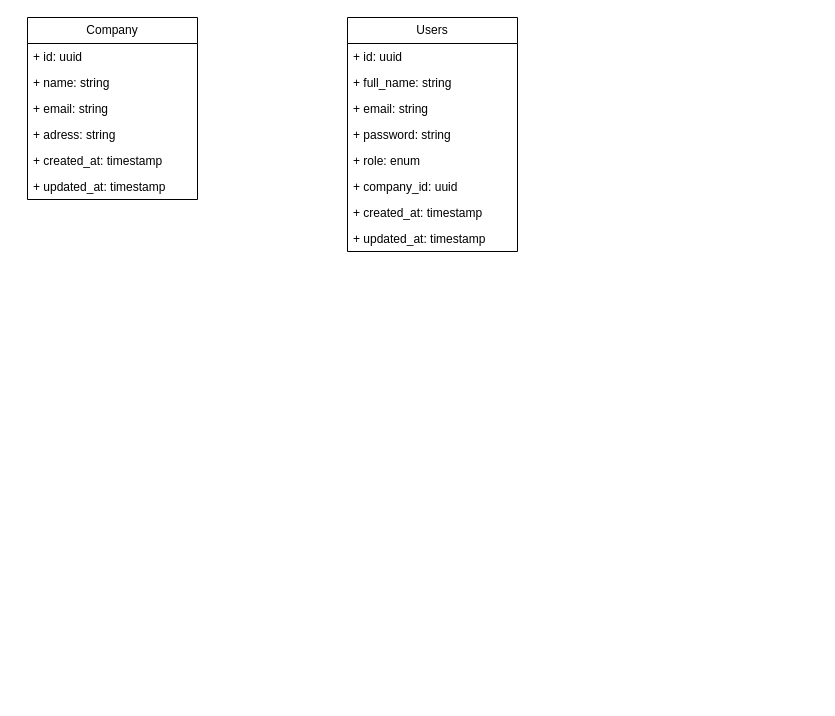
Before: carpooling_management_application/carpooling_management_application.drawio in adoumasseo/UML-Modeling, a draw.io diagram. Source tidied: cells renumbered, new cells numbered last; positions are measured from the earlier drawing's top-left corner, leaving out a move shared by most shapes. Both pictures are drawn from the tidied source at 100%, with x=0, y=0 at pixel (27, 17).
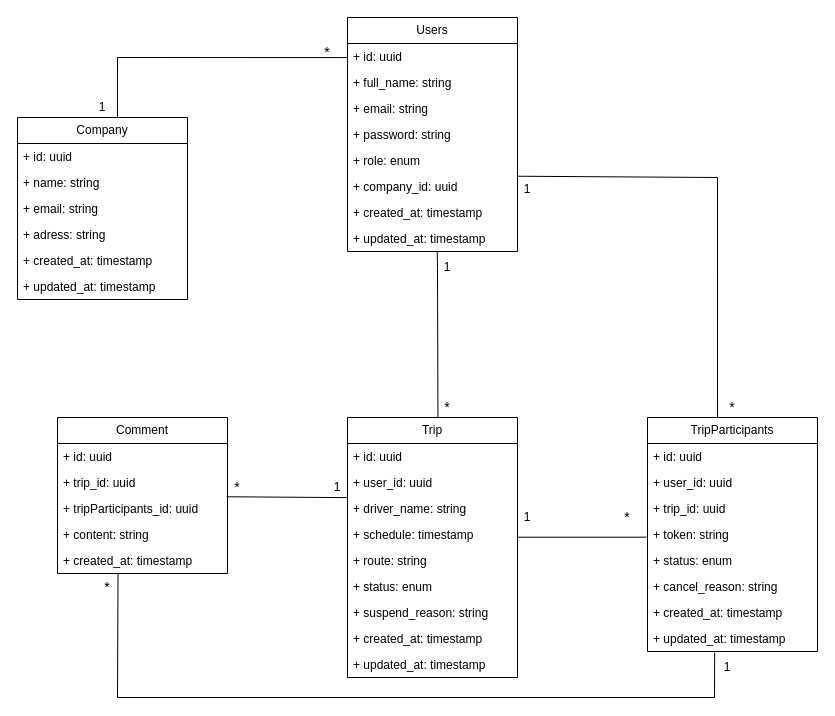
After the change.

Commit message:
Mettre à jour carpooling_management_application.drawio

Unchanged cells that the change refers to:
```xml
<mxCell id="10" value="+ id: uuid" style="text;strokeColor=none;fillColor=none;align=left;verticalAlign=top;spacingLeft=4;spacingRight=4;overflow=hidden;points=[[0,0.5],[1,0.5]];portConstraint=eastwest;whiteSpace=wrap;html=1;" parent="9" vertex="1">
  <mxGeometry y="26" width="170" height="26" as="geometry" />
</mxCell>
<mxCell id="15" value="+&amp;nbsp;company_id: uuid" style="text;strokeColor=none;fillColor=none;align=left;verticalAlign=top;spacingLeft=4;spacingRight=4;overflow=hidden;points=[[0,0.5],[1,0.5]];portConstraint=eastwest;whiteSpace=wrap;html=1;" parent="9" vertex="1">
  <mxGeometry y="156" width="170" height="26" as="geometry" />
</mxCell>
<mxCell id="17" value="+ updated_at: timestamp" style="text;strokeColor=none;fillColor=none;align=left;verticalAlign=top;spacingLeft=4;spacingRight=4;overflow=hidden;points=[[0,0.5],[1,0.5]];portConstraint=eastwest;whiteSpace=wrap;html=1;" parent="9" vertex="1">
  <mxGeometry y="208" width="170" height="26" as="geometry" />
</mxCell>
```

Change to the diagram source:
```diff
@@
     <mxCell id="2" value="Company" style="swimlane;fontStyle=0;horizontal=1;startSize=26;fillColor=none;whiteSpace=wrap;html=1;" parent="1" vertex="1">
-      <mxGeometry width="170" height="182" as="geometry" />
+      <mxGeometry x="-10" y="100" width="170" height="182" as="geometry" />
     </mxCell>
@@
+    <mxCell id="18" style="endArrow=none;html=1;rounded=0;entryX=0;entryY=0.542;entryDx=0;entryDy=0;exitX=0.588;exitY=0;exitDx=0;exitDy=0;exitPerimeter=0;entryPerimeter=0;" parent="1" edge="1" source="2" target="10">
+      <mxGeometry relative="1" as="geometry">
+        <Array as="points">
+          <mxPoint x="90" y="40" />
+        </Array>
+      </mxGeometry>
+    </mxCell>
+    <mxCell id="19" value="&lt;font style=&quot;font-size: 14px;&quot;&gt;*&lt;/font&gt;" style="text;html=1;align=center;verticalAlign=middle;whiteSpace=wrap;rounded=0;" parent="1" vertex="1">
+      <mxGeometry x="290" y="30" width="20" height="10" as="geometry" />
+    </mxCell>
+    <mxCell id="20" value="1" style="text;html=1;align=center;verticalAlign=middle;whiteSpace=wrap;rounded=0;" parent="1" vertex="1">
+      <mxGeometry x="65" y="80" width="20" height="20" as="geometry" />
+    </mxCell>
+    <mxCell id="21" value="Trip" style="swimlane;fontStyle=0;horizontal=1;startSize=26;fillColor=none;whiteSpace=wrap;html=1;" parent="1" vertex="1">
+      <mxGeometry x="320" y="400" width="170" height="260" as="geometry" />
+    </mxCell>
+    <mxCell id="22" value="+ id: uuid" style="text;strokeColor=none;fillColor=none;align=left;verticalAlign=top;spacingLeft=4;spacingRight=4;overflow=hidden;whiteSpace=wrap;html=1;" parent="21" vertex="1">
+      <mxGeometry y="26" width="170" height="26" as="geometry" />
+    </mxCell>
+    <mxCell id="23" value="+ user_id: uuid" style="text;strokeColor=none;fillColor=none;align=left;verticalAlign=top;spacingLeft=4;spacingRight=4;overflow=hidden;whiteSpace=wrap;html=1;" parent="21" vertex="1">
+      <mxGeometry y="52" width="170" height="26" as="geometry" />
+    </mxCell>
+    <mxCell id="24" value="+&amp;nbsp;driver_name: string" style="text;strokeColor=none;fillColor=none;align=left;verticalAlign=top;spacingLeft=4;spacingRight=4;overflow=hidden;points=[[0,0.5],[1,0.5]];portConstraint=eastwest;whiteSpace=wrap;html=1;" parent="21" vertex="1">
+      <mxGeometry y="78" width="170" height="26" as="geometry" />
+    </mxCell>
+    <mxCell id="25" value="+ schedule: timestamp" style="text;strokeColor=none;fillColor=none;align=left;verticalAlign=top;spacingLeft=4;spacingRight=4;overflow=hidden;points=[[0,0.5],[1,0.5]];portConstraint=eastwest;whiteSpace=wrap;html=1;" parent="21" vertex="1">
+      <mxGeometry y="104" width="170" height="26" as="geometry" />
+    </mxCell>
+    <mxCell id="26" value="+&amp;nbsp;route: string" style="text;strokeColor=none;fillColor=none;align=left;verticalAlign=top;spacingLeft=4;spacingRight=4;overflow=hidden;whiteSpace=wrap;html=1;" parent="21" vertex="1">
+      <mxGeometry y="130" width="170" height="26" as="geometry" />
+    </mxCell>
+    <mxCell id="27" value="+&amp;nbsp;status: enum" style="text;strokeColor=none;fillColor=none;align=left;verticalAlign=top;spacingLeft=4;spacingRight=4;overflow=hidden;whiteSpace=wrap;html=1;" parent="21" vertex="1">
+      <mxGeometry y="156" width="170" height="26" as="geometry" />
+    </mxCell>
+    <mxCell id="28" value="+&amp;nbsp;suspend_reason: string" style="text;strokeColor=none;fillColor=none;align=left;verticalAlign=top;spacingLeft=4;spacingRight=4;overflow=hidden;whiteSpace=wrap;html=1;" parent="21" vertex="1">
+      <mxGeometry y="182" width="170" height="26" as="geometry" />
+    </mxCell>
+    <mxCell id="29" value="+ created_at: timestamp" style="text;strokeColor=none;fillColor=none;align=left;verticalAlign=top;spacingLeft=4;spacingRight=4;overflow=hidden;whiteSpace=wrap;html=1;" parent="21" vertex="1">
+      <mxGeometry y="208" width="170" height="26" as="geometry" />
+    </mxCell>
+    <mxCell id="30" value="+ updated_at: timestamp" style="text;strokeColor=none;fillColor=none;align=left;verticalAlign=top;spacingLeft=4;spacingRight=4;overflow=hidden;whiteSpace=wrap;html=1;" parent="21" vertex="1">
+      <mxGeometry y="234" width="170" height="26" as="geometry" />
+    </mxCell>
+    <mxCell id="31" style="endArrow=none;html=1;rounded=0;entryX=0.528;entryY=0.995;entryDx=0;entryDy=0;entryPerimeter=0;exitX=0.532;exitY=0;exitDx=0;exitDy=0;exitPerimeter=0;" parent="1" edge="1" source="21" target="17">
+      <mxGeometry relative="1" as="geometry">
+        <Array as="points">
+          <mxPoint x="410" y="250" />
+        </Array>
+      </mxGeometry>
+    </mxCell>
+    <mxCell id="32" value="1" style="text;html=1;align=center;verticalAlign=middle;whiteSpace=wrap;rounded=0;" parent="1" vertex="1">
+      <mxGeometry x="410" y="240" width="20" height="20" as="geometry" />
+    </mxCell>
+    <mxCell id="33" value="&lt;font style=&quot;font-size: 14px;&quot;&gt;*&lt;/font&gt;" style="text;html=1;align=center;verticalAlign=middle;whiteSpace=wrap;rounded=0;" parent="1" vertex="1">
+      <mxGeometry x="410" y="380" width="20" height="20" as="geometry" />
+    </mxCell>
+    <mxCell id="34" value="TripParticipants" style="swimlane;fontStyle=0;horizontal=1;startSize=26;fillColor=none;whiteSpace=wrap;html=1;" parent="1" vertex="1">
+      <mxGeometry x="620" y="400" width="170" height="234" as="geometry" />
+    </mxCell>
+    <mxCell id="35" value="+ id: uuid" style="text;strokeColor=none;fillColor=none;align=left;verticalAlign=top;spacingLeft=4;spacingRight=4;overflow=hidden;whiteSpace=wrap;html=1;" parent="34" vertex="1">
+      <mxGeometry y="26" width="170" height="26" as="geometry" />
+    </mxCell>
+    <mxCell id="36" value="+ user_id: uuid" style="text;strokeColor=none;fillColor=none;align=left;verticalAlign=top;spacingLeft=4;spacingRight=4;overflow=hidden;whiteSpace=wrap;html=1;" parent="34" vertex="1">
+      <mxGeometry y="52" width="170" height="26" as="geometry" />
+    </mxCell>
+    <mxCell id="37" value="+&amp;nbsp;trip_id: uuid" style="text;strokeColor=none;fillColor=none;align=left;verticalAlign=top;spacingLeft=4;spacingRight=4;overflow=hidden;whiteSpace=wrap;html=1;" parent="34" vertex="1">
+      <mxGeometry y="78" width="170" height="26" as="geometry" />
+    </mxCell>
+    <mxCell id="38" value="+&amp;nbsp;token: string" style="text;strokeColor=none;fillColor=none;align=left;verticalAlign=top;spacingLeft=4;spacingRight=4;overflow=hidden;points=[[0,0.5],[1,0.5]];portConstraint=eastwest;whiteSpace=wrap;html=1;" parent="34" vertex="1">
+      <mxGeometry y="104" width="170" height="26" as="geometry" />
+    </mxCell>
+    <mxCell id="39" value="+&amp;nbsp;status: enum" style="text;strokeColor=none;fillColor=none;align=left;verticalAlign=top;spacingLeft=4;spacingRight=4;overflow=hidden;whiteSpace=wrap;html=1;" parent="34" vertex="1">
+      <mxGeometry y="130" width="170" height="26" as="geometry" />
+    </mxCell>
+    <mxCell id="40" value="+&amp;nbsp;cancel_reason: string" style="text;strokeColor=none;fillColor=none;align=left;verticalAlign=top;spacingLeft=4;spacingRight=4;overflow=hidden;whiteSpace=wrap;html=1;" parent="34" vertex="1">
+      <mxGeometry y="156" width="170" height="26" as="geometry" />
+    </mxCell>
+    <mxCell id="41" value="+ created_at: timestamp" style="text;strokeColor=none;fillColor=none;align=left;verticalAlign=top;spacingLeft=4;spacingRight=4;overflow=hidden;whiteSpace=wrap;html=1;" parent="34" vertex="1">
+      <mxGeometry y="182" width="170" height="26" as="geometry" />
+    </mxCell>
+    <mxCell id="42" value="+ updated_at: timestamp" style="text;strokeColor=none;fillColor=none;align=left;verticalAlign=top;spacingLeft=4;spacingRight=4;overflow=hidden;points=[[0,0.5],[1,0.5]];portConstraint=eastwest;whiteSpace=wrap;html=1;" parent="34" vertex="1">
+      <mxGeometry y="208" width="170" height="26" as="geometry" />
+    </mxCell>
+    <mxCell id="43" style="endArrow=none;html=1;rounded=0;entryX=-0.005;entryY=0.604;entryDx=0;entryDy=0;exitX=1.001;exitY=0.604;exitDx=0;exitDy=0;exitPerimeter=0;entryPerimeter=0;" parent="1" edge="1" source="25" target="38">
+      <mxGeometry relative="1" as="geometry" />
+    </mxCell>
+    <mxCell id="44" value="1" style="text;html=1;align=center;verticalAlign=middle;whiteSpace=wrap;rounded=0;" parent="1" vertex="1">
+      <mxGeometry x="490" y="490" width="20" height="20" as="geometry" />
+    </mxCell>
+    <mxCell id="45" value="&lt;font style=&quot;font-size: 14px;&quot;&gt;*&lt;/font&gt;" style="text;html=1;align=center;verticalAlign=middle;whiteSpace=wrap;rounded=0;" parent="1" vertex="1">
+      <mxGeometry x="590" y="490" width="20" height="20" as="geometry" />
+    </mxCell>
+    <mxCell id="46" style="endArrow=none;html=1;rounded=0;entryX=0.996;entryY=0.105;entryDx=0;entryDy=0;entryPerimeter=0;exitX=0.412;exitY=0;exitDx=0;exitDy=0;exitPerimeter=0;" parent="1" edge="1" source="34" target="15">
+      <mxGeometry relative="1" as="geometry">
+        <Array as="points">
+          <mxPoint x="690" y="160" />
+        </Array>
+      </mxGeometry>
+    </mxCell>
+    <mxCell id="47" value="&lt;font style=&quot;font-size: 14px;&quot;&gt;*&lt;/font&gt;" style="text;html=1;align=center;verticalAlign=middle;whiteSpace=wrap;rounded=0;" parent="1" vertex="1">
+      <mxGeometry x="695" y="380" width="20" height="20" as="geometry" />
+    </mxCell>
+    <mxCell id="48" value="1" style="text;html=1;align=center;verticalAlign=middle;whiteSpace=wrap;rounded=0;" parent="1" vertex="1">
+      <mxGeometry x="490" y="162" width="20" height="20" as="geometry" />
+    </mxCell>
+    <mxCell id="49" value="Comment" style="swimlane;fontStyle=0;horizontal=1;startSize=26;fillColor=none;whiteSpace=wrap;html=1;" parent="1" vertex="1">
+      <mxGeometry x="30" y="400" width="170" height="156" as="geometry" />
+    </mxCell>
+    <mxCell id="50" value="+ id: uuid" style="text;strokeColor=none;fillColor=none;align=left;verticalAlign=top;spacingLeft=4;spacingRight=4;overflow=hidden;whiteSpace=wrap;html=1;" parent="49" vertex="1">
+      <mxGeometry y="26" width="170" height="26" as="geometry" />
+    </mxCell>
+    <mxCell id="51" value="+&amp;nbsp;trip_id: uuid" style="text;strokeColor=none;fillColor=none;align=left;verticalAlign=top;spacingLeft=4;spacingRight=4;overflow=hidden;whiteSpace=wrap;html=1;" parent="49" vertex="1">
+      <mxGeometry y="52" width="170" height="26" as="geometry" />
+    </mxCell>
+    <mxCell id="52" value="+ tripParticipants_id: uuid" style="text;strokeColor=none;fillColor=none;align=left;verticalAlign=top;spacingLeft=4;spacingRight=4;overflow=hidden;points=[[0,0.5],[1,0.5]];portConstraint=eastwest;whiteSpace=wrap;html=1;" parent="49" vertex="1">
+      <mxGeometry y="78" width="170" height="26" as="geometry" />
+    </mxCell>
+    <mxCell id="53" value="+&amp;nbsp;content: string" style="text;strokeColor=none;fillColor=none;align=left;verticalAlign=top;spacingLeft=4;spacingRight=4;overflow=hidden;whiteSpace=wrap;html=1;" parent="49" vertex="1">
+      <mxGeometry y="104" width="170" height="26" as="geometry" />
+    </mxCell>
+    <mxCell id="54" value="+ created_at: timestamp" style="text;strokeColor=none;fillColor=none;align=left;verticalAlign=top;spacingLeft=4;spacingRight=4;overflow=hidden;points=[[0,0.5],[1,0.5]];portConstraint=eastwest;whiteSpace=wrap;html=1;" parent="49" vertex="1">
+      <mxGeometry y="130" width="170" height="26" as="geometry" />
+    </mxCell>
+    <mxCell id="55" style="endArrow=none;html=1;rounded=0;entryX=-0.001;entryY=0.081;entryDx=0;entryDy=0;exitX=0.994;exitY=0.049;exitDx=0;exitDy=0;exitPerimeter=0;entryPerimeter=0;" parent="1" edge="1" source="52" target="24">
+      <mxGeometry relative="1" as="geometry" />
+    </mxCell>
+    <mxCell id="56" value="1" style="text;html=1;align=center;verticalAlign=middle;whiteSpace=wrap;rounded=0;" parent="1" vertex="1">
+      <mxGeometry x="300" y="460" width="20" height="20" as="geometry" />
+    </mxCell>
+    <mxCell id="57" value="&lt;font style=&quot;font-size: 14px;&quot;&gt;*&lt;/font&gt;" style="text;html=1;align=center;verticalAlign=middle;whiteSpace=wrap;rounded=0;" parent="1" vertex="1">
+      <mxGeometry x="200" y="460" width="20" height="20" as="geometry" />
+    </mxCell>
+    <mxCell id="58" style="endArrow=none;html=1;rounded=0;entryX=0.395;entryY=1.034;entryDx=0;entryDy=0;exitX=0.356;exitY=1;exitDx=0;exitDy=0;exitPerimeter=0;entryPerimeter=0;" parent="1" edge="1" source="54" target="42">
+      <mxGeometry relative="1" as="geometry">
+        <Array as="points">
+          <mxPoint x="90" y="680" />
+          <mxPoint x="687" y="680" />
+        </Array>
+      </mxGeometry>
+    </mxCell>
+    <mxCell id="59" value="1" style="text;html=1;align=center;verticalAlign=middle;whiteSpace=wrap;rounded=0;" parent="1" vertex="1">
+      <mxGeometry x="690" y="640" width="20" height="20" as="geometry" />
+    </mxCell>
+    <mxCell id="60" value="&lt;font style=&quot;font-size: 14px;&quot;&gt;*&lt;/font&gt;" style="text;html=1;align=center;verticalAlign=middle;whiteSpace=wrap;rounded=0;" parent="1" vertex="1">
+      <mxGeometry x="70" y="560" width="20" height="20" as="geometry" />
+    </mxCell>
```
